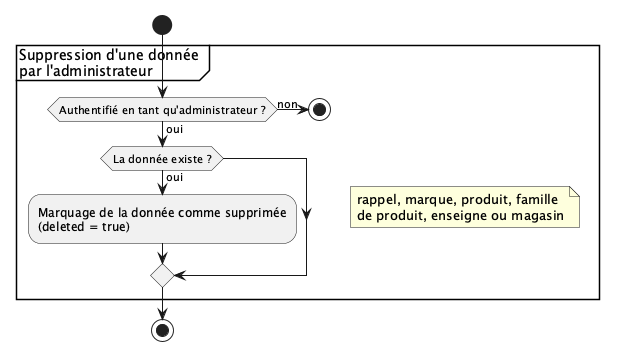
lodygens/cadi keeps this PlantUML diagram as doc/umldiagrams/workflows/adminsuppression.png. Above is the earlier version.
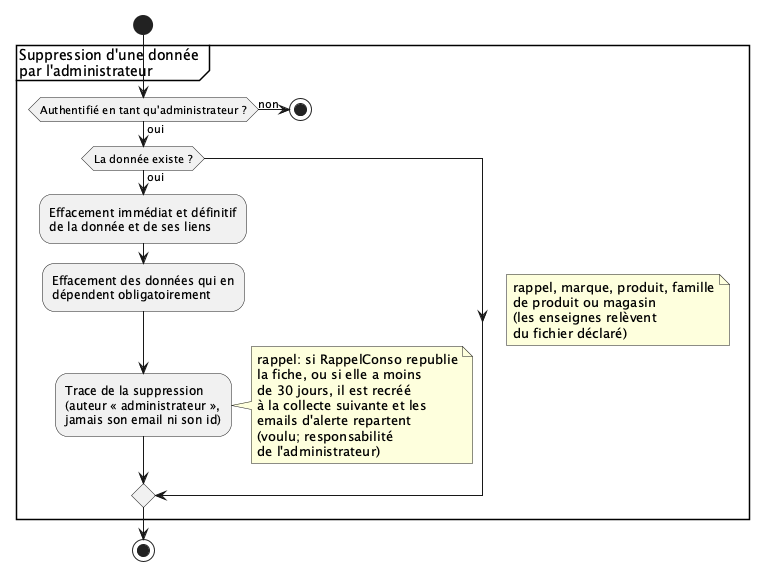
Above is the later version.

The edit, as a diff of the source:
```diff
@@ -3,12 +3,28 @@
 partition "Suppression d'une donnée \npar l'administrateur" {
 note right
   rappel, marque, produit, famille
-  de produit, enseigne ou magasin
+  de produit ou magasin
+  (les enseignes relèvent
+  du fichier déclaré)
 end note
 if (Authentifié en tant qu'administrateur ?) then (oui)
     if (La donnée existe ?) then (oui)
-        :Marquage de la donnée comme supprimée
-        (deleted = true);
+        :Effacement immédiat et définitif
+        de la donnée et de ses liens;
+        :Effacement des données qui en
+        dépendent obligatoirement;
+        :Trace de la suppression
+        (auteur « administrateur »,
+        jamais son email ni son id);
+        note right
+          rappel: si RappelConso republie
+          la fiche, ou si elle a moins
+          de 30 jours, il est recréé
+          à la collecte suivante et les
+          emails d'alerte repartent
+          (voulu; responsabilité
+          de l'administrateur)
+        end note
     endif
 else (non)
     stop
```
